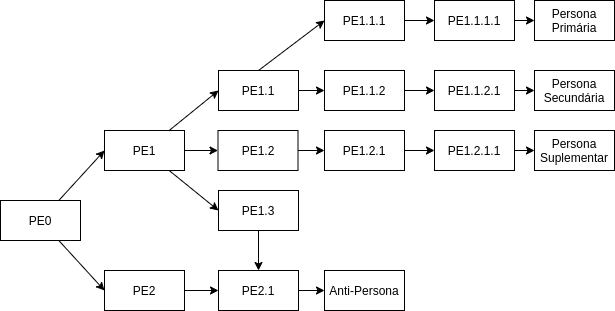
Mateusas3s/TCC-1---Jogos-S-rios-em-IHC keeps this draw.io diagram as figuras/personas/persona_tree.png. Above is the earlier version. Source tidied: cells renumbered, new cells last; positions are measured from the earlier drawing's top-left corner, leaving out a move shared by most shapes.
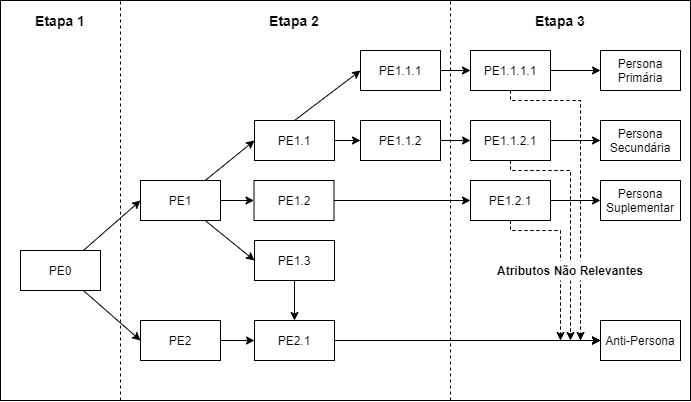
The same file after the commit.

Change to the diagram source:
```diff
@@ -2,6 +2,9 @@
   <root>
     <mxCell id="0" />
     <mxCell id="1" parent="0" />
+    <mxCell id="36" style="rounded=0;whiteSpace=wrap;html=1;" parent="1" vertex="1">
+      <mxGeometry x="-36" y="-50" width="690" height="400" as="geometry" />
+    </mxCell>
     <mxCell id="2" style="rounded=0;jettySize=auto;html=1;entryX=0;entryY=0.5;entryDx=0;entryDy=0;strokeWidth=1;" parent="1" edge="1" source="4" target="8">
       <mxGeometry relative="1" as="geometry" />
     </mxCell>
@@ -9,7 +12,7 @@
       <mxGeometry relative="1" as="geometry" />
     </mxCell>
     <mxCell id="4" value="PE0" style="rounded=0;whiteSpace=wrap;html=1;" parent="1" vertex="1">
-      <mxGeometry y="200" width="80" height="40" as="geometry" />
+      <mxGeometry x="-16" y="200" width="80" height="40" as="geometry" />
     </mxCell>
     <mxCell id="5" style="edgeStyle=none;rounded=0;jettySize=auto;html=1;entryX=0;entryY=0.5;entryDx=0;entryDy=0;strokeWidth=1;" parent="1" edge="1" source="8" target="13">
       <mxGeometry relative="1" as="geometry" />
@@ -68,41 +71,115 @@
     <mxCell id="23" value="PE1.1.2" style="rounded=0;whiteSpace=wrap;html=1;" parent="1" vertex="1">
       <mxGeometry x="324" y="70" width="80" height="40" as="geometry" />
     </mxCell>
-    <mxCell id="24" style="edgeStyle=none;rounded=0;jettySize=auto;html=1;entryX=0;entryY=0.5;entryDx=0;entryDy=0;strokeWidth=1;" parent="1" edge="1" source="25" target="31">
-      <mxGeometry relative="1" as="geometry" />
-    </mxCell>
+    <mxCell id="37" style="edgeStyle=orthogonalEdgeStyle;rounded=0;jettySize=auto;html=1;entryX=0;entryY=0.5;entryDx=0;entryDy=0;dashed=1;" parent="1" edge="1" source="25" target="35">
+      <mxGeometry relative="1" as="geometry">
+        <Array as="points">
+          <mxPoint x="474" y="180" />
+          <mxPoint x="524" y="180" />
+          <mxPoint x="524" y="290" />
+        </Array>
+      </mxGeometry>
+    </mxCell>
+    <mxCell id="38" style="edgeStyle=orthogonalEdgeStyle;rounded=0;jettySize=auto;html=1;dashed=1;" parent="1" edge="1" source="25">
+      <mxGeometry relative="1" as="geometry">
+        <mxPoint x="524" y="290" as="targetPoint" />
+        <Array as="points">
+          <mxPoint x="474" y="180" />
+          <mxPoint x="524" y="180" />
+        </Array>
+      </mxGeometry>
+    </mxCell>
     <mxCell id="25" value="PE1.2.1" style="rounded=0;whiteSpace=wrap;html=1;" parent="1" vertex="1">
-      <mxGeometry x="324" y="130" width="80" height="40" as="geometry" />
+      <mxGeometry x="434" y="130" width="80" height="40" as="geometry" />
     </mxCell>
     <mxCell id="26" style="edgeStyle=none;rounded=0;jettySize=auto;html=1;entryX=0;entryY=0.5;entryDx=0;entryDy=0;strokeWidth=1;" parent="1" edge="1" source="27" target="32">
       <mxGeometry relative="1" as="geometry" />
     </mxCell>
+    <mxCell id="39" style="edgeStyle=orthogonalEdgeStyle;rounded=0;jettySize=auto;html=1;entryX=0;entryY=0.5;entryDx=0;entryDy=0;dashed=1;" parent="1" edge="1" source="27" target="35">
+      <mxGeometry relative="1" as="geometry">
+        <Array as="points">
+          <mxPoint x="474" y="50" />
+          <mxPoint x="544" y="50" />
+          <mxPoint x="544" y="290" />
+        </Array>
+      </mxGeometry>
+    </mxCell>
+    <mxCell id="40" style="edgeStyle=orthogonalEdgeStyle;rounded=0;jettySize=auto;html=1;dashed=1;" parent="1" edge="1" source="27">
+      <mxGeometry relative="1" as="geometry">
+        <mxPoint x="544" y="290" as="targetPoint" />
+        <Array as="points">
+          <mxPoint x="474" y="50" />
+          <mxPoint x="544" y="50" />
+        </Array>
+      </mxGeometry>
+    </mxCell>
     <mxCell id="27" value="PE1.1.1.1" style="rounded=0;whiteSpace=wrap;html=1;" parent="1" vertex="1">
       <mxGeometry x="434" width="80" height="40" as="geometry" />
     </mxCell>
     <mxCell id="28" style="edgeStyle=none;rounded=0;jettySize=auto;html=1;entryX=0;entryY=0.5;entryDx=0;entryDy=0;strokeWidth=1;" parent="1" edge="1" source="29" target="33">
       <mxGeometry relative="1" as="geometry" />
     </mxCell>
+    <mxCell id="41" style="edgeStyle=orthogonalEdgeStyle;rounded=0;jettySize=auto;html=1;entryX=0;entryY=0.5;entryDx=0;entryDy=0;dashed=1;" parent="1" edge="1" source="29" target="35">
+      <mxGeometry relative="1" as="geometry">
+        <Array as="points">
+          <mxPoint x="474" y="120" />
+          <mxPoint x="534" y="120" />
+          <mxPoint x="534" y="290" />
+        </Array>
+      </mxGeometry>
+    </mxCell>
+    <mxCell id="42" style="edgeStyle=orthogonalEdgeStyle;rounded=0;jettySize=auto;html=1;dashed=1;" parent="1" edge="1" source="29">
+      <mxGeometry relative="1" as="geometry">
+        <mxPoint x="534" y="290" as="targetPoint" />
+        <Array as="points">
+          <mxPoint x="474" y="120" />
+          <mxPoint x="534" y="120" />
+        </Array>
+      </mxGeometry>
+    </mxCell>
     <mxCell id="29" value="PE1.1.2.1" style="rounded=0;whiteSpace=wrap;html=1;" parent="1" vertex="1">
       <mxGeometry x="434" y="70" width="80" height="40" as="geometry" />
     </mxCell>
-    <mxCell id="30" style="edgeStyle=none;rounded=0;jettySize=auto;html=1;entryX=0;entryY=0.5;entryDx=0;entryDy=0;strokeWidth=1;" parent="1" edge="1" source="31" target="34">
-      <mxGeometry relative="1" as="geometry" />
+    <mxCell id="30" style="edgeStyle=none;rounded=0;jettySize=auto;html=1;entryX=0;entryY=0.5;entryDx=0;entryDy=0;strokeWidth=1;" parent="1" edge="1" target="34">
+      <mxGeometry relative="1" as="geometry">
+        <mxPoint x="514" y="150" as="sourcePoint" />
+      </mxGeometry>
     </mxCell>
-    <mxCell id="31" value="PE1.2.1.1" style="rounded=0;whiteSpace=wrap;html=1;" parent="1" vertex="1">
-      <mxGeometry x="434" y="130" width="80" height="40" as="geometry" />
-    </mxCell>
     <mxCell id="32" value="Persona Primária" style="rounded=0;whiteSpace=wrap;html=1;" parent="1" vertex="1">
-      <mxGeometry x="534" width="80" height="40" as="geometry" />
+      <mxGeometry x="564" width="80" height="40" as="geometry" />
     </mxCell>
     <mxCell id="33" value="Persona Secundária" style="rounded=0;whiteSpace=wrap;html=1;" parent="1" vertex="1">
-      <mxGeometry x="534" y="70" width="80" height="40" as="geometry" />
+      <mxGeometry x="564" y="70" width="80" height="40" as="geometry" />
     </mxCell>
     <mxCell id="34" value="Persona Suplementar" style="rounded=0;whiteSpace=wrap;html=1;" parent="1" vertex="1">
-      <mxGeometry x="534" y="130" width="80" height="40" as="geometry" />
+      <mxGeometry x="564" y="130" width="80" height="40" as="geometry" />
     </mxCell>
     <mxCell id="35" value="Anti-Persona" style="rounded=0;whiteSpace=wrap;html=1;" parent="1" vertex="1">
-      <mxGeometry x="324" y="270" width="80" height="40" as="geometry" />
+      <mxGeometry x="564" y="270" width="80" height="40" as="geometry" />
     </mxCell>
+    <mxCell id="43" style="endArrow=none;dashed=1;html=1;" parent="1" edge="1">
+      <mxGeometry relative="1" as="geometry">
+        <mxPoint x="84" y="350" as="sourcePoint" />
+        <mxPoint x="84" y="-50" as="targetPoint" />
+      </mxGeometry>
+    </mxCell>
+    <mxCell id="44" style="endArrow=none;dashed=1;html=1;" parent="1" edge="1">
+      <mxGeometry relative="1" as="geometry">
+        <mxPoint x="414" y="350" as="sourcePoint" />
+        <mxPoint x="414" y="-50" as="targetPoint" />
+      </mxGeometry>
+    </mxCell>
+    <mxCell id="45" value="&lt;b&gt;&lt;font style=&quot;font-size: 14px&quot;&gt;Etapa 1&lt;/font&gt;&lt;/b&gt;" style="text;html=1;strokeColor=none;fillColor=none;align=center;verticalAlign=middle;whiteSpace=wrap;rounded=0;" parent="1" vertex="1">
+      <mxGeometry x="-6" y="-40" width="60" height="20" as="geometry" />
+    </mxCell>
+    <mxCell id="46" value="&lt;b&gt;&lt;font style=&quot;font-size: 14px&quot;&gt;Etapa 2&lt;/font&gt;&lt;/b&gt;" style="text;html=1;strokeColor=none;fillColor=none;align=center;verticalAlign=middle;whiteSpace=wrap;rounded=0;" parent="1" vertex="1">
+      <mxGeometry x="227.5" y="-40" width="60" height="20" as="geometry" />
+    </mxCell>
+    <mxCell id="47" value="&lt;b&gt;&lt;font style=&quot;font-size: 14px&quot;&gt;Etapa 3&lt;/font&gt;&lt;/b&gt;" style="text;html=1;strokeColor=none;fillColor=none;align=center;verticalAlign=middle;whiteSpace=wrap;rounded=0;" parent="1" vertex="1">
+      <mxGeometry x="494" y="-40" width="60" height="20" as="geometry" />
+    </mxCell>
+    <mxCell id="48" value="&lt;b&gt;Atributos Não Relevantes&lt;/b&gt;" style="rounded=0;whiteSpace=wrap;html=1;strokeColor=none;" parent="1" vertex="1">
+      <mxGeometry x="454" y="210" width="160" height="20" as="geometry" />
+    </mxCell>
   </root>
 </mxGraphModel>
```
